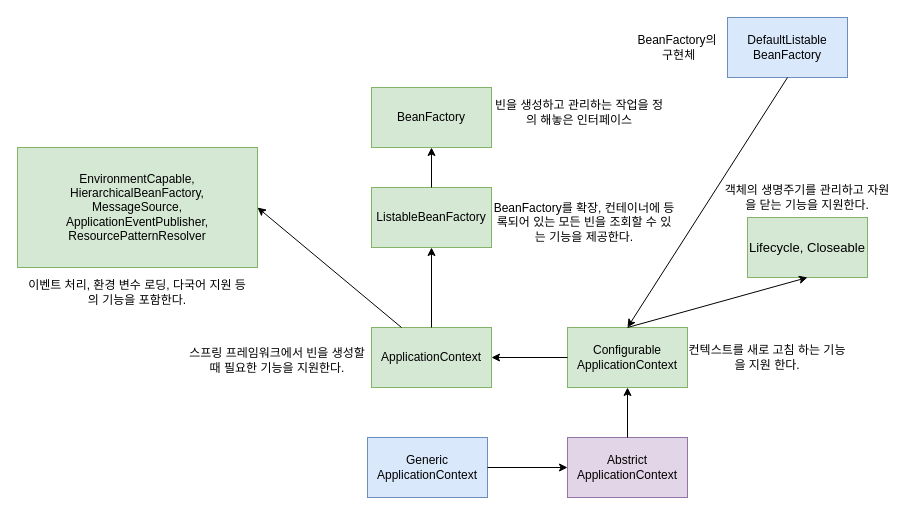
Earlier version of the draw.io diagram ApplcationContextDiagram.drawio (kkm06100/diagrams). Source tidied: cells renumbered, new cells numbered last; positions are measured from the earlier drawing's top-left corner, leaving out a move shared by most shapes. Both pictures are drawn from the tidied source at 100%, with x=0, y=0 at pixel (17, 17).
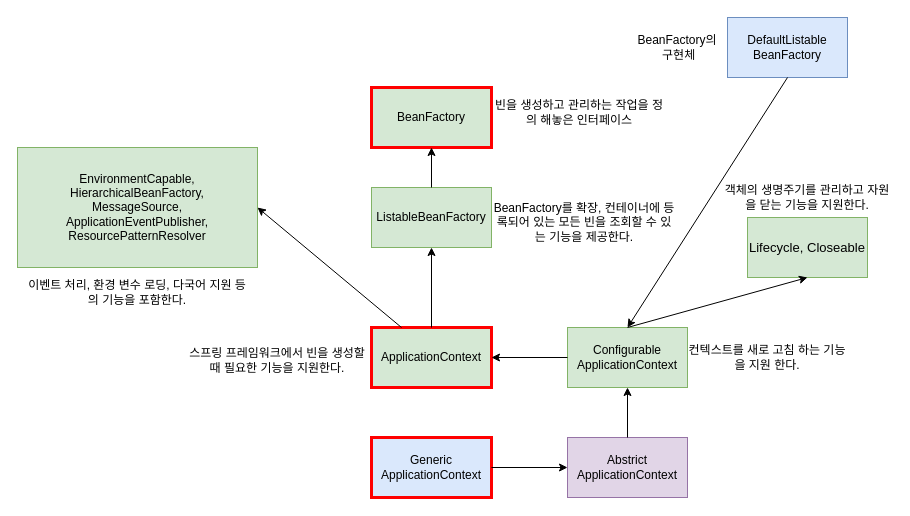
The same page after the edit.

The edit, as a diff of the source:
```diff
@@
-    <mxCell id="2" value="ApplicationContext" style="rounded=0;whiteSpace=wrap;html=1;fillColor=#d5e8d4;strokeColor=#82b366;" parent="1" vertex="1">
+    <mxCell id="2" value="ApplicationContext" style="rounded=0;whiteSpace=wrap;html=1;fillColor=#d5e8d4;strokeColor=#FF0000;strokeWidth=3;" parent="1" vertex="1">
       <mxGeometry x="354" y="310" width="120" height="60" as="geometry" />
     </mxCell>
@@
-    <mxCell id="5" value="BeanFactory" style="rounded=0;whiteSpace=wrap;html=1;fillColor=#d5e8d4;strokeColor=#82b366;" parent="1" vertex="1">
+    <mxCell id="5" value="BeanFactory" style="rounded=0;whiteSpace=wrap;html=1;fillColor=#d5e8d4;strokeColor=light-dark(#ff0000, #446e2c);strokeWidth=3;" parent="1" vertex="1">
       <mxGeometry x="354" y="70" width="120" height="60" as="geometry" />
     </mxCell>
@@
-    <mxCell id="20" value="Generic&lt;div&gt;&lt;span style=&quot;background-color: transparent; color: light-dark(rgb(0, 0, 0), rgb(255, 255, 255));&quot;&gt;ApplicationContext&lt;/span&gt;&lt;/div&gt;" style="rounded=0;whiteSpace=wrap;html=1;fillColor=#dae8fc;strokeColor=#6c8ebf;" parent="1" vertex="1">
-      <mxGeometry x="350" y="420" width="120" height="60" as="geometry" />
+    <mxCell id="20" value="Generic&lt;div&gt;&lt;span style=&quot;background-color: transparent; color: light-dark(rgb(0, 0, 0), rgb(255, 255, 255));&quot;&gt;ApplicationContext&lt;/span&gt;&lt;/div&gt;" style="rounded=0;whiteSpace=wrap;html=1;fillColor=#dae8fc;strokeColor=light-dark(#ff0000, #5c79a3);strokeWidth=3;" parent="1" vertex="1">
+      <mxGeometry x="354" y="420" width="120" height="60" as="geometry" />
     </mxCell>
```
